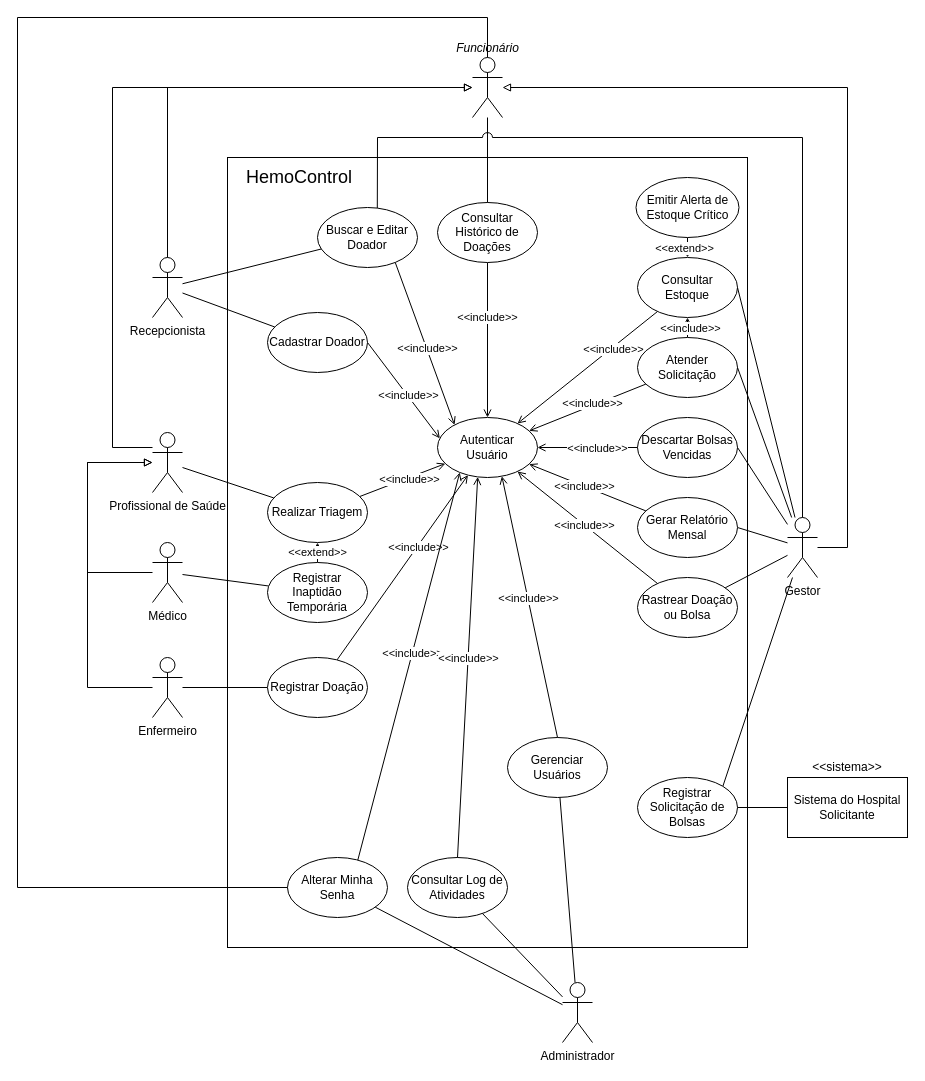
This is docs/casos-de-uso.drawio from Grabiie/hemocontrol, a draw.io file, before an edit. Source tidied: cells renumbered, new cells numbered last; positions are measured from the earlier drawing's top-left corner, leaving out a move shared by most shapes. Both pictures are drawn from the tidied source at 100%, with x=0, y=0 at pixel (17, 17).
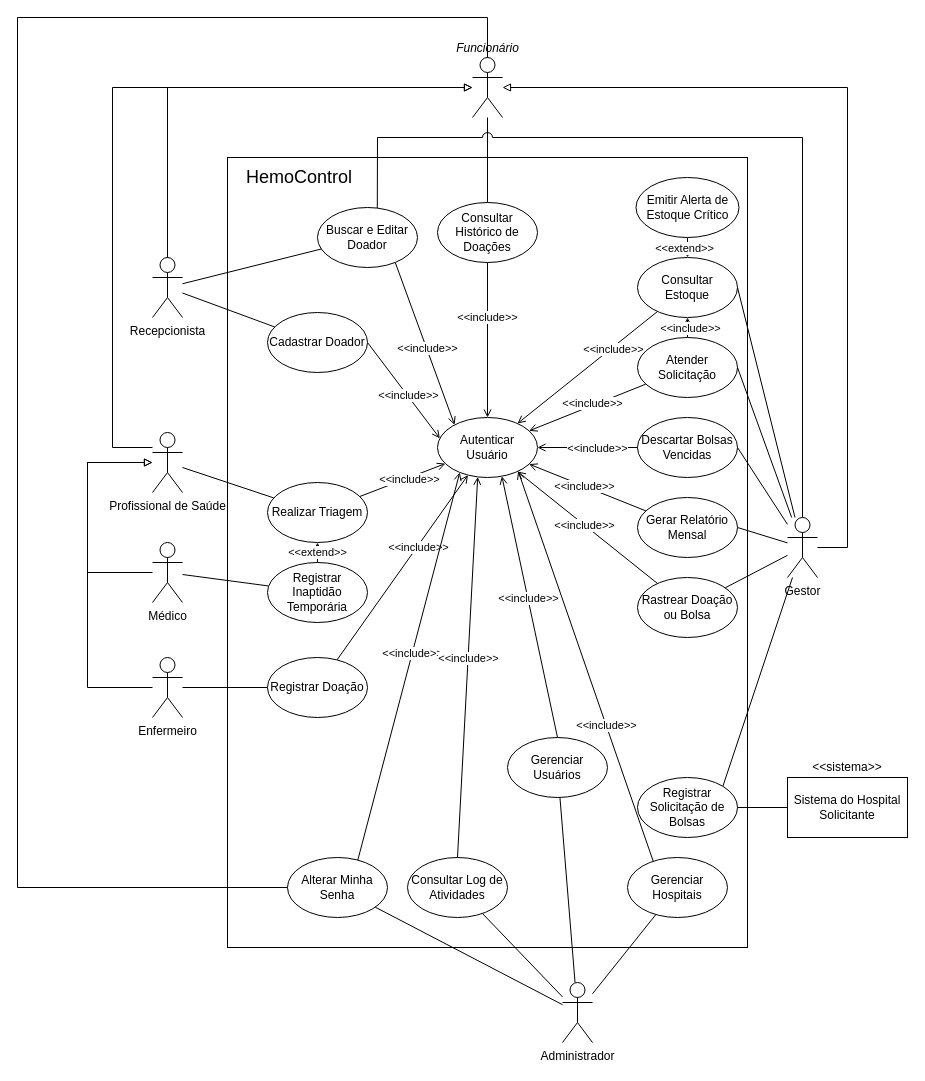
The same diagram, later.

Commit message (it also covers changes not shown here):
docs: adiciona o RF-18 nos requisitos e diagramas

The change refers to these unchanged cells:
```xml
<mxCell id="39" value="Autenticar Usuário" style="ellipse;whiteSpace=wrap;html=1;shapeInside=1;" parent="1" vertex="1">
  <mxGeometry x="420" y="400" width="100" height="60" as="geometry" />
</mxCell>
<mxCell id="76" value="Administrador" style="shape=umlActor;verticalLabelPosition=bottom;verticalAlign=top;html=1;outlineConnect=0;labelPerimeter=1;" parent="1" vertex="1">
  <mxGeometry x="545" y="965" width="30" height="60" as="geometry" />
</mxCell>
```

Change to the diagram source:
```diff
@@
+    <mxCell id="85" value="Gerenciar Hospitais" style="ellipse;whiteSpace=wrap;html=1;shapeInside=1;" parent="1" vertex="1">
+      <mxGeometry x="610" y="840" width="100" height="60" as="geometry" />
+    </mxCell>
+    <mxCell id="86" style="rounded=0;jettySize=auto;html=1;defaultLabelBackgroundColor=page;endArrow=none;endFill=0;" parent="1" edge="1" source="76" target="85">
+      <mxGeometry relative="1" as="geometry" />
+    </mxCell>
+    <mxCell id="87" style="rounded=0;jettySize=auto;html=1;defaultLabelBackgroundColor=page;flowAnimation=1;endArrow=open;endFill=0;exitX=0.25;exitY=0.05;exitDx=0;exitDy=0;entryX=0.85;entryY=0.95;entryDx=0;entryDy=0;" parent="1" edge="1" source="85" target="39">
+      <mxGeometry relative="1" as="geometry" />
+    </mxCell>
+    <mxCell id="88" value="&amp;lt;&amp;lt;include&amp;gt;&amp;gt;" style="edgeLabel;html=1;align=center;verticalAlign=middle;inheritText=1;defaultLabelBackgroundColor=page;" parent="87" vertex="1">
+      <mxGeometry x="-0.3" relative="1" as="geometry" />
+    </mxCell>
```
